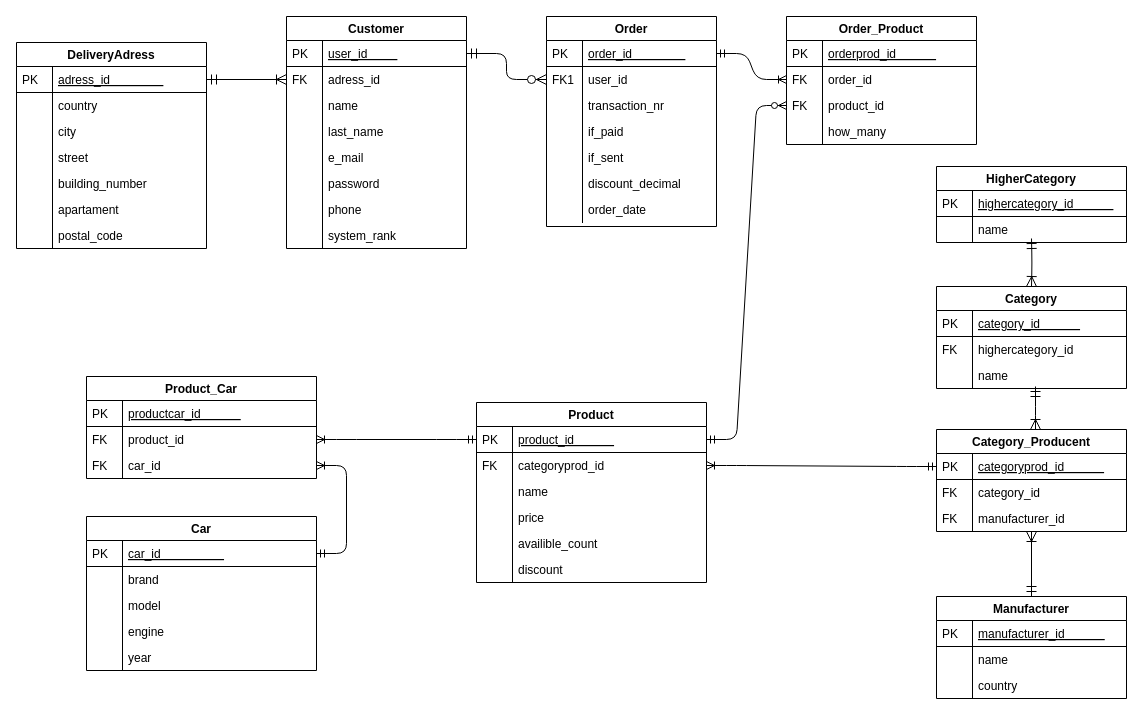
This is page "Page-2" (2 of 3) of Schemas/SCHEMAS.drawio from NickSkz/Auto-Parts-Store-Project, a draw.io file, before an edit. Source tidied: cells renumbered, new cells numbered last; positions are measured from the earlier drawing's top-left corner, leaving out a move shared by most shapes. Both pictures are drawn from the tidied source at 100%, with x=0, y=0 at pixel (16, 16).
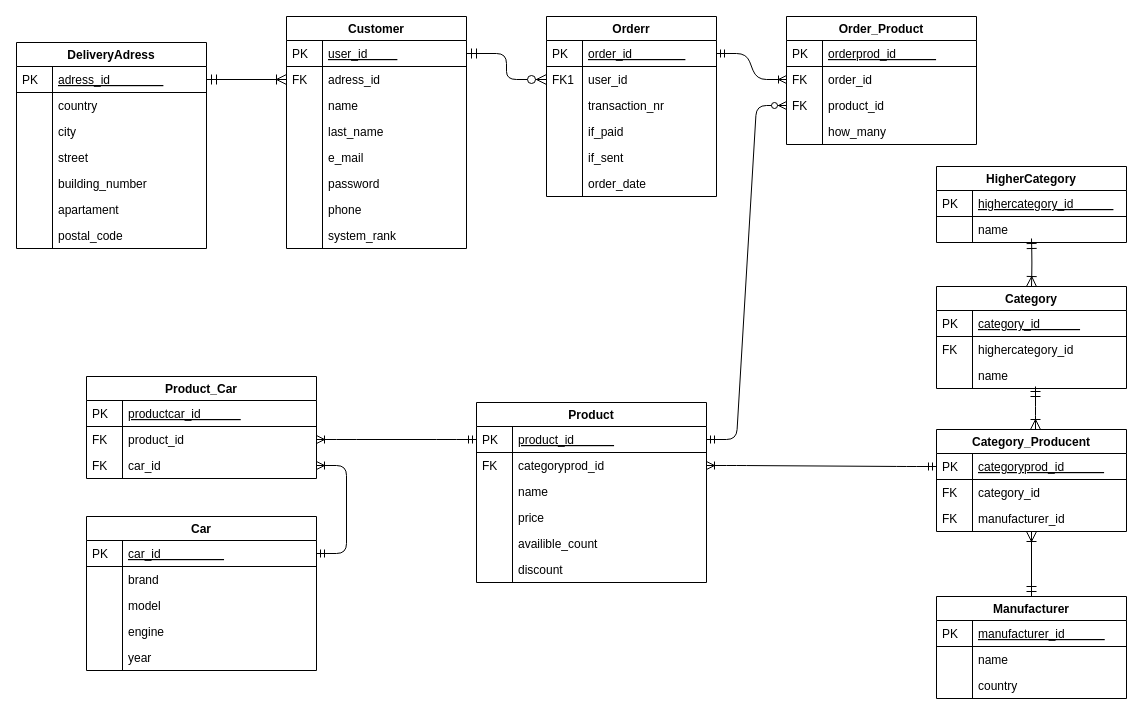
The same diagram, later.

What changed in the source:
```diff
@@
-    <mxCell id="37" value="Order" style="swimlane;fontStyle=1;horizontal=1;startSize=24;rounded=0;shadow=0;strokeWidth=1;" parent="1" vertex="1">
-      <mxGeometry x="530" width="170" height="210" as="geometry" />
+    <mxCell id="37" value="Orderr" style="swimlane;fontStyle=1;horizontal=1;startSize=24;rounded=0;shadow=0;strokeWidth=1;" parent="1" vertex="1">
+      <mxGeometry x="530" width="170" height="180" as="geometry" />
     </mxCell>
@@
-    <mxCell id="48" value="discount_decimal " style="shape=partialRectangle;top=0;left=0;right=0;bottom=0;align=left;verticalAlign=top;fillColor=none;spacingLeft=40;spacingRight=4;overflow=hidden;rounded=0;shadow=0;strokeWidth=1;" parent="37" vertex="1">
-      <mxGeometry y="154" width="170" height="26" as="geometry" />
-    </mxCell>
-    <mxCell id="49" style="shape=partialRectangle;top=0;left=0;bottom=0;fillColor=none;align=left;verticalAlign=top;spacingLeft=4;spacingRight=4;overflow=hidden;" parent="48" vertex="1">
-      <mxGeometry width="36" height="26" as="geometry" />
-    </mxCell>
     <mxCell id="50" value="order_date            " style="shape=partialRectangle;top=0;left=0;right=0;bottom=0;align=left;verticalAlign=top;fillColor=none;spacingLeft=40;spacingRight=4;overflow=hidden;rounded=0;shadow=0;strokeWidth=1;" parent="37" vertex="1">
-      <mxGeometry y="180" width="170" height="26" as="geometry" />
+      <mxGeometry y="154" width="170" height="26" as="geometry" />
     </mxCell>
```
